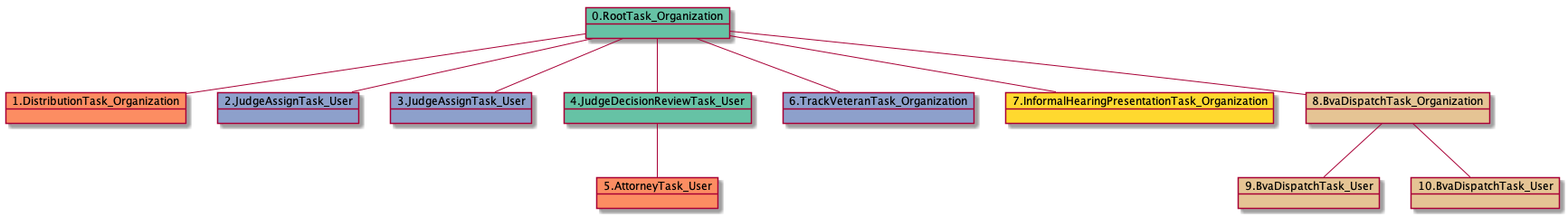
The PlantUML diagram docs-DR/uml/RTO.DTO.JATU.JDRTU.ATU.TVTO.IHPTO-3875.png in yoomlam/graphing, before a commit.
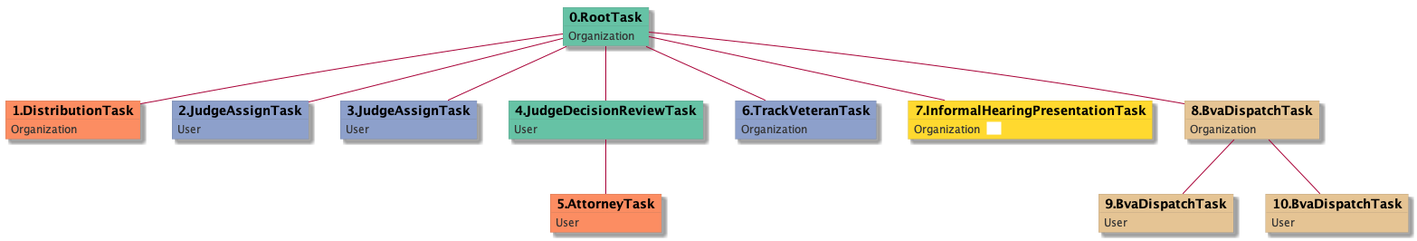
Above is the later version.

The edit, as a diff of the source:
```diff
@@ -1,23 +1,53 @@
 @startuml
-object 0.RootTask_Organization #66c2a5
-object 1.DistributionTask_Organization #fc8d62
-object 2.JudgeAssignTask_User #8da0cb
-object 3.JudgeAssignTask_User #8da0cb
-object 4.JudgeDecisionReviewTask_User #66c2a5
-object 5.AttorneyTask_User #fc8d62
-object 6.TrackVeteranTask_Organization #8da0cb
-object 7.InformalHearingPresentationTask_Organization #ffd92f
-object 8.BvaDispatchTask_Organization #e5c494
-object 9.BvaDispatchTask_User #e5c494
-object 10.BvaDispatchTask_User #e5c494
-0.RootTask_Organization -- 1.DistributionTask_Organization
-0.RootTask_Organization -- 2.JudgeAssignTask_User
-0.RootTask_Organization -- 3.JudgeAssignTask_User
-0.RootTask_Organization -- 4.JudgeDecisionReviewTask_User
-4.JudgeDecisionReviewTask_User -- 5.AttorneyTask_User
-0.RootTask_Organization -- 6.TrackVeteranTask_Organization
-0.RootTask_Organization -- 7.InformalHearingPresentationTask_Organization
-0.RootTask_Organization -- 8.BvaDispatchTask_Organization
-8.BvaDispatchTask_Organization -- 9.BvaDispatchTask_User
-8.BvaDispatchTask_Organization -- 10.BvaDispatchTask_User
+skinparam {
+  ObjectBorderColor #555
+  ObjectBorderThickness 0
+  ObjectFontStyle bold
+  ObjectFontSize 14
+  ObjectAttributeFontColor #333
+  ObjectAttributeFontSize 12
+}
+  object 0.RootTask #66c2a5 {
+Organization
+}
+  object 1.DistributionTask #fc8d62 {
+Organization
+}
+  object 2.JudgeAssignTask #8da0cb {
+User
+}
+  object 3.JudgeAssignTask #8da0cb {
+User
+}
+  object 4.JudgeDecisionReviewTask #66c2a5 {
+User
+}
+  object 5.AttorneyTask #fc8d62 {
+User
+}
+  object 6.TrackVeteranTask #8da0cb {
+Organization
+}
+  object 7.InformalHearingPresentationTask #ffd92f {
+Organization  <back:white>    </back>
+}
+  object 8.BvaDispatchTask #e5c494 {
+Organization
+}
+  object 9.BvaDispatchTask #e5c494 {
+User
+}
+  object 10.BvaDispatchTask #e5c494 {
+User
+}
+0.RootTask -- 1.DistributionTask
+0.RootTask -- 2.JudgeAssignTask
+0.RootTask -- 3.JudgeAssignTask
+0.RootTask -- 4.JudgeDecisionReviewTask
+4.JudgeDecisionReviewTask -- 5.AttorneyTask
+0.RootTask -- 6.TrackVeteranTask
+0.RootTask -- 7.InformalHearingPresentationTask
+0.RootTask -- 8.BvaDispatchTask
+8.BvaDispatchTask -- 9.BvaDispatchTask
+8.BvaDispatchTask -- 10.BvaDispatchTask
 @enduml
```
